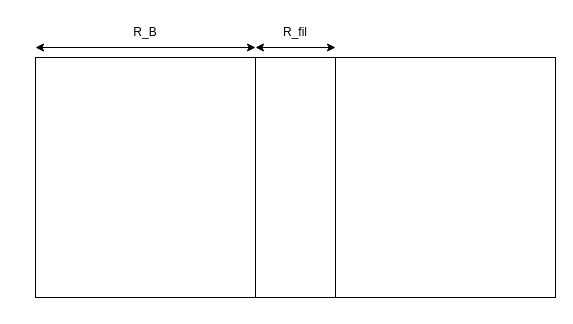
Before: DrawIo/Filament_géométrie.drawio in KyuriTaima/CygnusDynamics, a draw.io diagram. Source tidied: cells renumbered, new cells numbered last; positions are measured from the earlier drawing's top-left corner, leaving out a move shared by most shapes. Both pictures are drawn from the tidied source at 100%, with x=0, y=0 at pixel (35, 17).
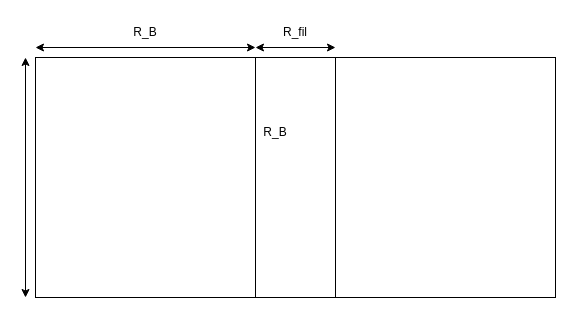
The same page after the edit.

Commit message:
Overleaf Connect auto-sync [2026-06-18 11:45:08]

The edit, as a diff of the source:
```diff
@@
 <mxGraphModel>
   <root>
     <mxCell id="0" />
     <mxCell id="1" parent="0" />
     <mxCell id="2" style="rounded=0;whiteSpace=wrap;html=1;" parent="1" vertex="1">
       <mxGeometry x="220" y="40" width="80" height="240" as="geometry" />
     </mxCell>
     <mxCell id="3" style="rounded=0;whiteSpace=wrap;html=1;" parent="1" vertex="1">
       <mxGeometry x="300" y="40" width="220" height="240" as="geometry" />
     </mxCell>
     <mxCell id="4" style="rounded=0;whiteSpace=wrap;html=1;" parent="1" vertex="1">
       <mxGeometry y="40" width="220" height="240" as="geometry" />
     </mxCell>
     <mxCell id="5" style="endArrow=classic;startArrow=classic;html=1;rounded=0;" parent="1" edge="1">
       <mxGeometry relative="1" as="geometry">
         <mxPoint y="30" as="sourcePoint" />
         <mxPoint x="220" y="30" as="targetPoint" />
       </mxGeometry>
     </mxCell>
     <mxCell id="6" value="R_B" style="text;html=1;whiteSpace=wrap;strokeColor=none;fillColor=none;align=center;verticalAlign=middle;rounded=0;" parent="1" vertex="1">
       <mxGeometry x="80" width="60" height="30" as="geometry" />
     </mxCell>
     <mxCell id="7" style="endArrow=classic;startArrow=classic;html=1;rounded=0;" parent="1" edge="1">
       <mxGeometry relative="1" as="geometry">
         <mxPoint x="220" y="30" as="sourcePoint" />
         <mxPoint x="300" y="30" as="targetPoint" />
       </mxGeometry>
     </mxCell>
     <mxCell id="8" value="R_fil" style="text;html=1;whiteSpace=wrap;strokeColor=none;fillColor=none;align=center;verticalAlign=middle;rounded=0;" parent="1" vertex="1">
       <mxGeometry x="230" width="60" height="30" as="geometry" />
     </mxCell>
+    <mxCell id="9" style="endArrow=classic;startArrow=classic;html=1;rounded=0;" parent="1" edge="1">
+      <mxGeometry relative="1" as="geometry">
+        <mxPoint x="-10" y="280" as="sourcePoint" />
+        <mxPoint x="-10" y="40" as="targetPoint" />
+      </mxGeometry>
+    </mxCell>
+    <mxCell id="10" value="R_B" style="text;html=1;whiteSpace=wrap;strokeColor=none;fillColor=none;align=center;verticalAlign=middle;rounded=0;" parent="1" vertex="1">
+      <mxGeometry x="210" y="100" width="60" height="30" as="geometry" />
+    </mxCell>
   </root>
 </mxGraphModel>
```
